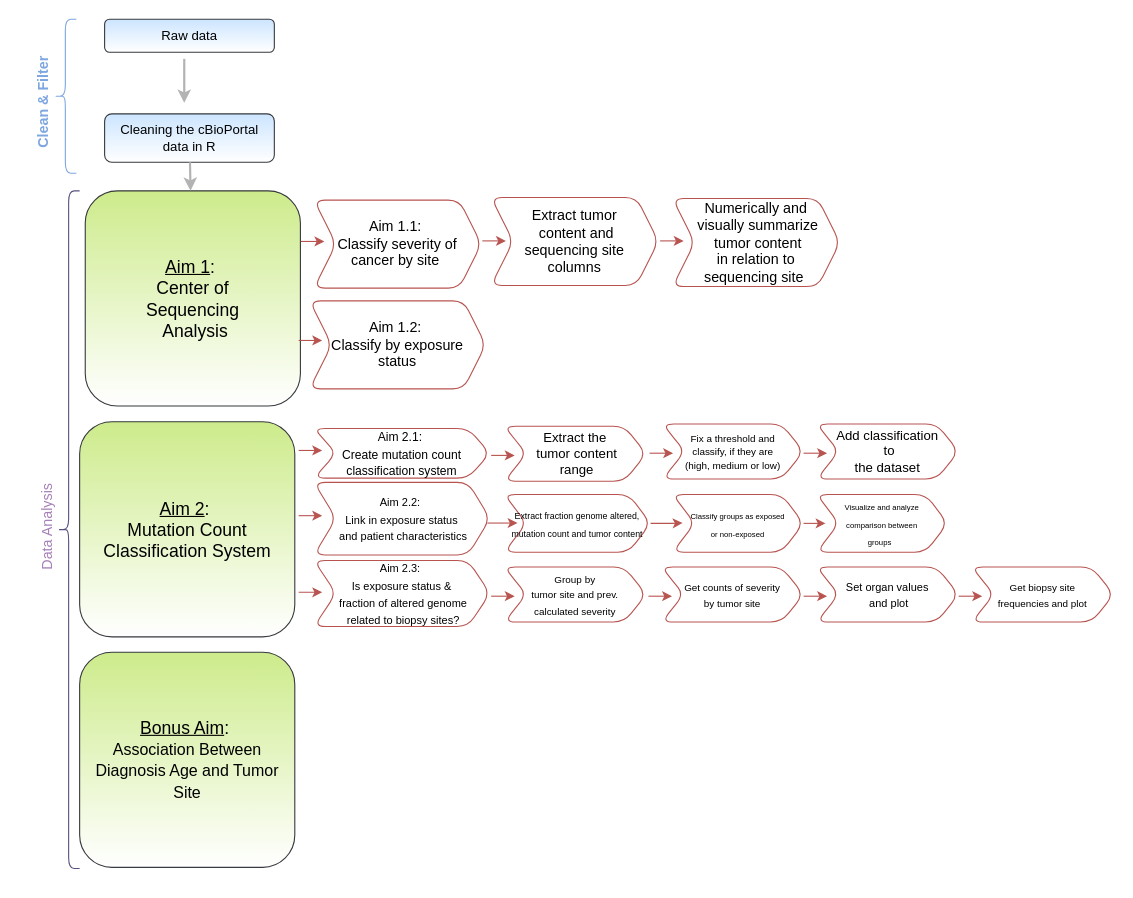
Before: Pipeline_Image.drawio in aiy-wish/Data-Wrangling-Project, a draw.io diagram. Source tidied: cells renumbered, new cells numbered last; positions are measured from the earlier drawing's top-left corner, leaving out a move shared by most shapes. Both pictures are drawn from the tidied source at 110%, with x=0, y=0 at pixel (-12, 19).
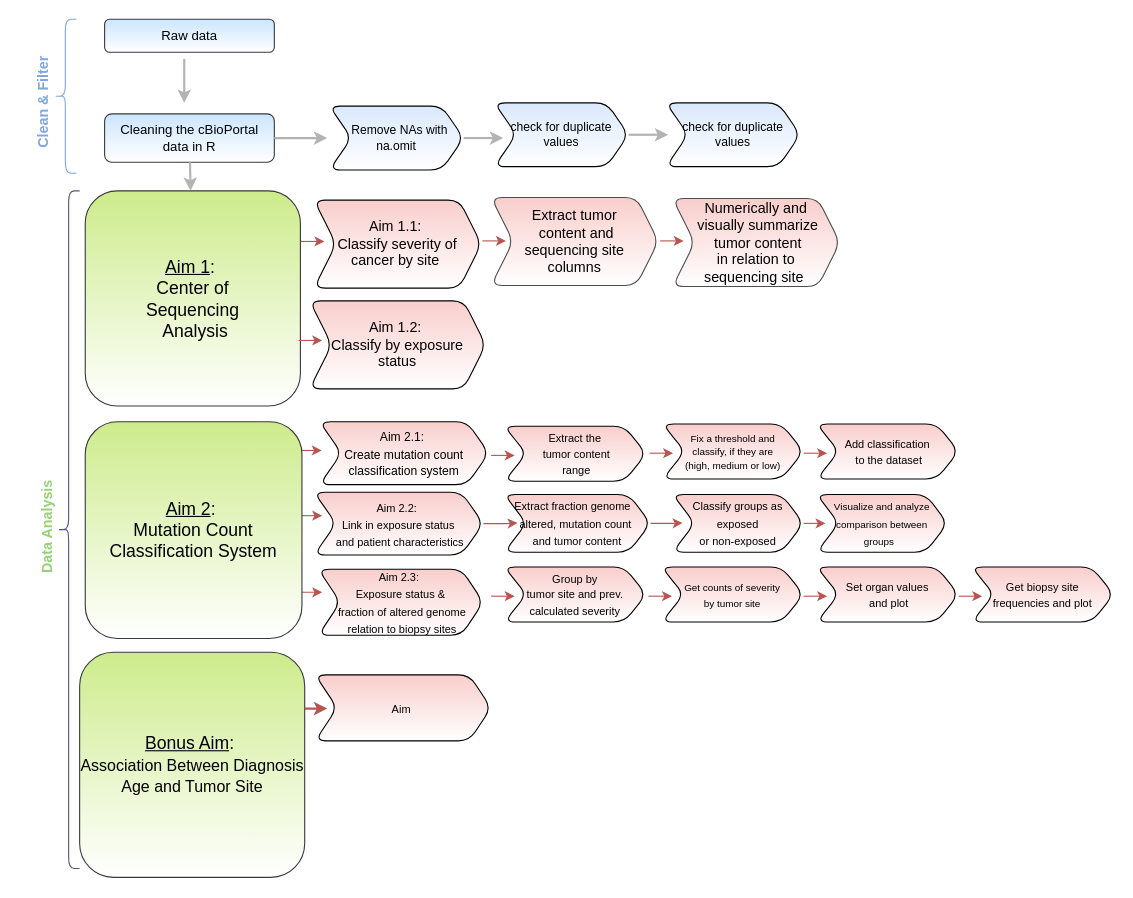
The same diagram, later.

Unchanged cells that the change refers to:
```xml
<mxCell id="20" value="Cleaning the cBioPortal data in R" style="rounded=1;whiteSpace=wrap;html=1;strokeColor=#36393d;fillColor=#cce5ff;gradientColor=#ffffff;" parent="7" vertex="1">
  <mxGeometry x="45.7" y="86" width="154.3" height="44" as="geometry" />
</mxCell>
```

Diff of the diagram source:
```diff
@@
-    <mxCell id="2" style="group;fontColor=#A680B8;" parent="1" vertex="1">
-      <mxGeometry x="28" width="602" height="730" as="geometry" />
+    <mxCell id="2" style="group;fontColor=#A680B8;strokeColor=none;" parent="1" vertex="1">
+      <mxGeometry x="28" width="602" height="780" as="geometry" />
     </mxCell>
     <mxCell id="3" style="group;" parent="2" vertex="1">
-      <mxGeometry x="41" width="560" height="730" as="geometry" />
+      <mxGeometry x="41" width="560" height="780" as="geometry" />
     </mxCell>
     <mxCell id="4" style="endArrow=classic;html=1;rounded=0;fontSize=16;fillColor=#f8cecc;strokeColor=#b85450;" parent="3" edge="1">
       <mxGeometry relative="1" as="geometry">
         <mxPoint x="213" y="392" as="sourcePoint" />
         <mxPoint x="234.4" y="392" as="targetPoint" />
+        <Array as="points">
+          <mxPoint x="234" y="392" />
+        </Array>
       </mxGeometry>
     </mxCell>
@@
     <mxCell id="7" style="group;" parent="3" vertex="1">
-      <mxGeometry x="-9.1" width="393.1" height="519.4" as="geometry" />
+      <mxGeometry x="-9.1" width="400" height="562.9" as="geometry" />
     </mxCell>
@@
     <mxCell id="11" value="&lt;font style=&quot;font-size: 16px&quot;&gt;&lt;u&gt;Aim 2&lt;/u&gt;:&amp;nbsp;&lt;br&gt;Mutation Count&lt;br&gt;&lt;span id=&quot;docs-internal-guid-d7643628-7fff-0ea7-7dd4-fb121b0baa99&quot;&gt;&lt;span style=&quot;font-family: &amp;#34;arial&amp;#34; ; background-color: transparent ; vertical-align: baseline&quot;&gt;Classification System&lt;/span&gt;&lt;/span&gt;&lt;br&gt;&lt;/font&gt;" style="whiteSpace=wrap;html=1;fontSize=12;fillColor=#cdeb8b;align=center;fontStyle=0;strokeColor=#36393d;rounded=1;gradientColor=#ffffff;" parent="7" vertex="1">
-      <mxGeometry x="23" y="365.9" width="195.6" height="195.6" as="geometry" />
+      <mxGeometry x="28.1" y="365.9" width="197" height="197" as="geometry" />
     </mxCell>
-    <mxCell id="12" value="&lt;span style=&quot;color: rgb(0 , 0 , 0)&quot;&gt;Aim 1.1:&amp;nbsp;&lt;/span&gt;&lt;br style=&quot;color: rgb(0 , 0 , 0)&quot;&gt;&lt;span id=&quot;docs-internal-guid-32b5493a-7fff-44e1-2a43-0ddc0aedb55e&quot; style=&quot;color: rgb(0 , 0 , 0)&quot;&gt;&lt;span style=&quot;font-family: &amp;#34;arial&amp;#34; ; background-color: transparent ; vertical-align: baseline&quot;&gt;Classify severity of cancer by site&amp;nbsp;&lt;/span&gt;&lt;/span&gt;" style="shape=step;perimeter=stepPerimeter;whiteSpace=wrap;html=1;fixedSize=1;rounded=1;fontSize=13;verticalAlign=middle;fillColor=#FFFFFF;strokeColor=#b85450;" parent="7" vertex="1">
+    <mxCell id="12" value="&lt;span style=&quot;color: rgb(0 , 0 , 0)&quot;&gt;Aim 1.1:&amp;nbsp;&lt;/span&gt;&lt;br style=&quot;color: rgb(0 , 0 , 0)&quot;&gt;&lt;span id=&quot;docs-internal-guid-32b5493a-7fff-44e1-2a43-0ddc0aedb55e&quot; style=&quot;color: rgb(0 , 0 , 0)&quot;&gt;&lt;span style=&quot;font-family: &amp;#34;arial&amp;#34; ; background-color: transparent ; vertical-align: baseline&quot;&gt;Classify severity of cancer by site&amp;nbsp;&lt;/span&gt;&lt;/span&gt;" style="shape=step;perimeter=stepPerimeter;whiteSpace=wrap;html=1;fixedSize=1;rounded=1;fontSize=13;verticalAlign=middle;fillColor=#f8cecc;strokeColor=default;gradientColor=#ffffff;" parent="7" vertex="1">
       <mxGeometry x="236.1" y="164.4" width="152" height="80" as="geometry" />
     </mxCell>
-    <mxCell id="13" value="&lt;span style=&quot;color: rgb(0 , 0 , 0)&quot;&gt;Aim 1.2:&amp;nbsp;&lt;/span&gt;&lt;br style=&quot;color: rgb(0 , 0 , 0)&quot;&gt;&lt;span id=&quot;docs-internal-guid-430a61ab-7fff-0e5c-0323-d102c36e70b5&quot; style=&quot;color: rgb(0 , 0 , 0)&quot;&gt;&lt;span style=&quot;font-family: &amp;#34;arial&amp;#34; ; background-color: transparent ; vertical-align: baseline&quot;&gt;Classify by exposure status&lt;/span&gt;&lt;/span&gt;" style="shape=step;perimeter=stepPerimeter;whiteSpace=wrap;html=1;fixedSize=1;rounded=1;fontSize=13;verticalAlign=middle;fillColor=#FFFFFF;strokeColor=#b85450;" parent="7" vertex="1">
+    <mxCell id="13" value="&lt;span style=&quot;color: rgb(0 , 0 , 0)&quot;&gt;Aim 1.2:&amp;nbsp;&lt;/span&gt;&lt;br style=&quot;color: rgb(0 , 0 , 0)&quot;&gt;&lt;span id=&quot;docs-internal-guid-430a61ab-7fff-0e5c-0323-d102c36e70b5&quot; style=&quot;color: rgb(0 , 0 , 0)&quot;&gt;&lt;span style=&quot;font-family: &amp;#34;arial&amp;#34; ; background-color: transparent ; vertical-align: baseline&quot;&gt;Classify by exposure status&lt;/span&gt;&lt;/span&gt;" style="shape=step;perimeter=stepPerimeter;whiteSpace=wrap;html=1;fixedSize=1;rounded=1;fontSize=13;verticalAlign=middle;fillColor=#f8cecc;strokeColor=default;gradientColor=#ffffff;" parent="7" vertex="1">
       <mxGeometry x="232.1" y="256" width="160" height="80" as="geometry" />
     </mxCell>
-    <mxCell id="14" value="&lt;span style=&quot;font-size: 11px&quot;&gt;Aim 2.1:&amp;nbsp;&lt;/span&gt;&lt;br style=&quot;font-size: 11px&quot;&gt;&lt;span id=&quot;docs-internal-guid-32b5493a-7fff-44e1-2a43-0ddc0aedb55e&quot; style=&quot;font-size: 11px&quot;&gt;&lt;span style=&quot;font-family: &amp;#34;arial&amp;#34; ; background-color: transparent ; vertical-align: baseline&quot;&gt;Create mutation count classification system&lt;/span&gt;&lt;/span&gt;" style="shape=step;perimeter=stepPerimeter;whiteSpace=wrap;html=1;fixedSize=1;rounded=1;fontSize=13;verticalAlign=middle;fillColor=default;strokeColor=#b85450;" parent="7" vertex="1">
-      <mxGeometry x="236.1" y="372" width="160" height="45.2" as="geometry" />
+    <mxCell id="14" value="&lt;span style=&quot;font-size: 11px&quot;&gt;Aim 2.1:&amp;nbsp;&lt;/span&gt;&lt;br style=&quot;font-size: 11px&quot;&gt;&lt;span id=&quot;docs-internal-guid-32b5493a-7fff-44e1-2a43-0ddc0aedb55e&quot; style=&quot;font-size: 11px&quot;&gt;&lt;span style=&quot;font-family: &amp;#34;arial&amp;#34; ; background-color: transparent ; vertical-align: baseline&quot;&gt;Create mutation count classification system&lt;/span&gt;&lt;/span&gt;" style="shape=step;perimeter=stepPerimeter;whiteSpace=wrap;html=1;fixedSize=1;rounded=1;fontSize=13;verticalAlign=middle;fillColor=#f8cecc;strokeColor=default;gradientColor=#ffffff;" parent="7" vertex="1">
+      <mxGeometry x="241.1" y="365.9" width="153.9" height="57.2" as="geometry" />
     </mxCell>
-    <mxCell id="15" value="&lt;span style=&quot;font-size: 10px&quot;&gt;Aim 2.2:&amp;nbsp;&lt;/span&gt;&lt;br style=&quot;font-size: 10px&quot;&gt;&lt;span id=&quot;docs-internal-guid-430a61ab-7fff-0e5c-0323-d102c36e70b5&quot; style=&quot;font-size: 10px&quot;&gt;&lt;span style=&quot;font-family: &amp;#34;arial&amp;#34; ; background-color: transparent ; vertical-align: baseline&quot;&gt;Link in exposure status&lt;br&gt;&amp;nbsp;and patient characteristics&lt;br&gt;&lt;/span&gt;&lt;/span&gt;" style="shape=step;perimeter=stepPerimeter;whiteSpace=wrap;html=1;fixedSize=1;rounded=1;fontSize=13;verticalAlign=middle;fillColor=#FFFFFF;strokeColor=#b85450;" parent="7" vertex="1">
-      <mxGeometry x="236.1" y="421" width="160" height="66" as="geometry" />
+    <mxCell id="15" value="&lt;span style=&quot;font-size: 10px&quot;&gt;Aim 2.2:&amp;nbsp;&lt;/span&gt;&lt;br style=&quot;font-size: 10px&quot;&gt;&lt;span id=&quot;docs-internal-guid-430a61ab-7fff-0e5c-0323-d102c36e70b5&quot; style=&quot;font-size: 10px&quot;&gt;&lt;span style=&quot;font-family: &amp;#34;arial&amp;#34; ; background-color: transparent ; vertical-align: baseline&quot;&gt;Link in exposure status&lt;br&gt;&amp;nbsp;and patient characteristics&lt;br&gt;&lt;/span&gt;&lt;/span&gt;" style="shape=step;perimeter=stepPerimeter;whiteSpace=wrap;html=1;fixedSize=1;rounded=1;fontSize=13;verticalAlign=middle;fillColor=#f8cecc;strokeColor=default;gradientColor=#ffffff;" parent="7" vertex="1">
+      <mxGeometry x="236.1" y="430" width="153.9" height="57" as="geometry" />
     </mxCell>
-    <mxCell id="16" value="&lt;span style=&quot;font-size: 10px&quot;&gt;Aim 2.3:&amp;nbsp;&lt;/span&gt;&lt;br style=&quot;font-size: 10px&quot;&gt;&lt;span id=&quot;docs-internal-guid-430a61ab-7fff-0e5c-0323-d102c36e70b5&quot; style=&quot;font-size: 10px&quot;&gt;&lt;span style=&quot;font-family: &amp;#34;arial&amp;#34; ; background-color: transparent ; vertical-align: baseline&quot;&gt;Is exposure status &amp;amp;&lt;br&gt;&amp;nbsp;fraction of altered genome&lt;br&gt;&amp;nbsp;related to biopsy sites?&lt;/span&gt;&lt;/span&gt;" style="shape=step;perimeter=stepPerimeter;whiteSpace=wrap;html=1;fixedSize=1;rounded=1;fontSize=13;verticalAlign=middle;fillColor=#FFFFFF;strokeColor=#b85450;" parent="7" vertex="1">
-      <mxGeometry x="236.1" y="492" width="160" height="60" as="geometry" />
+    <mxCell id="16" value="&lt;span style=&quot;font-size: 10px&quot;&gt;Aim 2.3:&amp;nbsp;&lt;/span&gt;&lt;br style=&quot;font-size: 10px&quot;&gt;&lt;span id=&quot;docs-internal-guid-430a61ab-7fff-0e5c-0323-d102c36e70b5&quot; style=&quot;font-size: 10px&quot;&gt;&lt;span style=&quot;font-family: &amp;#34;arial&amp;#34; ; background-color: transparent ; vertical-align: baseline&quot;&gt;Exposure status &amp;amp;&lt;br&gt;&amp;nbsp;fraction of altered genome&lt;br&gt;&amp;nbsp;relation to biopsy sites&lt;/span&gt;&lt;/span&gt;" style="shape=step;perimeter=stepPerimeter;whiteSpace=wrap;html=1;fixedSize=1;rounded=1;fontSize=13;verticalAlign=middle;fillColor=#f8cecc;strokeColor=default;gradientColor=#ffffff;" parent="7" vertex="1">
+      <mxGeometry x="240" y="500" width="150" height="60" as="geometry" />
     </mxCell>
@@
+    <mxCell id="50" value="&lt;span style=&quot;font-size: 11px&quot;&gt;&amp;nbsp; Remove NAs with&lt;/span&gt;&lt;br style=&quot;font-size: 11px&quot;&gt;&lt;span style=&quot;font-size: 11px&quot;&gt;na.omit&lt;/span&gt;" style="shape=step;perimeter=stepPerimeter;whiteSpace=wrap;html=1;fixedSize=1;fontSize=10;strokeColor=default;fillColor=#dae8fc;align=center;rounded=1;gradientColor=#ffffff;" parent="7" vertex="1">
+      <mxGeometry x="250.1" y="79" width="122" height="58" as="geometry" />
+    </mxCell>
@@
     <mxCell id="23" value="&lt;font style=&quot;font-size: 16px&quot;&gt;&lt;u&gt;Bonus Aim&lt;/u&gt;:&amp;nbsp;&lt;br&gt;&lt;span id=&quot;docs-internal-guid-02cd7383-7fff-e907-d800-ce4748073192&quot;&gt;&lt;span style=&quot;font-size: 10.9091pt ; font-family: &amp;#34;arial&amp;#34; ; background-color: transparent ; vertical-align: baseline&quot;&gt;Association Between Diagnosis Age and Tumor Site&lt;/span&gt;&lt;/span&gt;&lt;br&gt;&lt;/font&gt;" style="whiteSpace=wrap;html=1;fontSize=12;fillColor=#cdeb8b;align=center;fontStyle=0;strokeColor=#36393d;rounded=1;gradientColor=#ffffff;" parent="3" vertex="1">
-      <mxGeometry x="13.9" y="575.4" width="195.6" height="195.6" as="geometry" />
+      <mxGeometry x="13.9" y="575.5" width="204.6" height="204.6" as="geometry" />
     </mxCell>
-    <mxCell id="24" value="Extract tumor&lt;br&gt;&amp;nbsp;content and &lt;br&gt;sequencing site &lt;br&gt;columns" style="shape=step;perimeter=stepPerimeter;whiteSpace=wrap;html=1;fixedSize=1;rounded=1;fontSize=13;verticalAlign=middle;fillColor=#FFFFFF;strokeColor=#b85450;" parent="3" vertex="1">
+    <mxCell id="24" value="Extract tumor&lt;br&gt;&amp;nbsp;content and &lt;br&gt;sequencing site &lt;br&gt;columns" style="shape=step;perimeter=stepPerimeter;whiteSpace=wrap;html=1;fixedSize=1;rounded=1;fontSize=13;verticalAlign=middle;fillColor=#f8cecc;strokeColor=#4D4D4D;gradientColor=#ffffff;" parent="3" vertex="1">
       <mxGeometry x="388" y="162" width="152" height="80" as="geometry" />
     </mxCell>
@@
-    <mxCell id="26" value="Extract the&lt;br&gt;&amp;nbsp;tumor content&lt;br&gt;&amp;nbsp;range" style="shape=step;perimeter=stepPerimeter;whiteSpace=wrap;html=1;fixedSize=1;rounded=1;fillColor=#FFFFFF;strokeColor=#b85450;" parent="3" vertex="1">
+    <mxCell id="26" value="&lt;font style=&quot;font-size: 10px&quot;&gt;Extract the&lt;br&gt;&amp;nbsp;tumor content&lt;br&gt;&amp;nbsp;range&lt;/font&gt;" style="shape=step;perimeter=stepPerimeter;whiteSpace=wrap;html=1;fixedSize=1;rounded=1;fillColor=#f8cecc;strokeColor=default;gradientColor=#ffffff;" parent="3" vertex="1">
       <mxGeometry x="400" y="370" width="129" height="50" as="geometry" />
     </mxCell>
@@
-    <mxCell id="28" value="&lt;font style=&quot;font-size: 9px&quot;&gt;Group by&lt;br&gt;tumor site and prev.&lt;br&gt;&amp;nbsp;calculated severity&amp;nbsp;&lt;/font&gt;" style="shape=step;perimeter=stepPerimeter;whiteSpace=wrap;html=1;fixedSize=1;rounded=1;fillColor=#FFFFFF;strokeColor=#b85450;" parent="3" vertex="1">
+    <mxCell id="28" value="&lt;font style=&quot;font-size: 10px&quot;&gt;Group by&lt;br&gt;tumor site and prev.&lt;br&gt;&amp;nbsp;calculated severity&amp;nbsp;&lt;/font&gt;" style="shape=step;perimeter=stepPerimeter;whiteSpace=wrap;html=1;fixedSize=1;rounded=1;fillColor=#f8cecc;strokeColor=default;gradientColor=#ffffff;" parent="3" vertex="1">
       <mxGeometry x="400" y="498" width="129" height="50" as="geometry" />
     </mxCell>
@@
-    <mxCell id="31" value="&lt;font style=&quot;font-size: 8px&quot;&gt;Extract fraction genome altered, mutation count and tumor content&lt;/font&gt;" style="shape=step;perimeter=stepPerimeter;whiteSpace=wrap;html=1;fixedSize=1;rounded=1;fontSize=13;verticalAlign=middle;fillColor=#FFFFFF;strokeColor=#b85450;" parent="3" vertex="1">
+    <mxCell id="31" value="&lt;font style=&quot;font-size: 10px&quot;&gt;Extract fraction genome&amp;nbsp; &amp;nbsp; altered, mutation count&amp;nbsp; &lt;br&gt;and tumor content&lt;/font&gt;" style="shape=step;perimeter=stepPerimeter;whiteSpace=wrap;html=1;fixedSize=1;rounded=1;fontSize=13;verticalAlign=middle;fillColor=#f8cecc;strokeColor=default;gradientColor=#ffffff;" parent="3" vertex="1">
       <mxGeometry x="400" y="432" width="133" height="52.5" as="geometry" />
     </mxCell>
@@
+    <mxCell id="51" value="&lt;span style=&quot;font-size: 10px&quot;&gt;Aim&amp;nbsp;&lt;/span&gt;" style="shape=step;perimeter=stepPerimeter;whiteSpace=wrap;html=1;fixedSize=1;rounded=1;fontSize=13;verticalAlign=middle;fillColor=#f8cecc;strokeColor=default;gradientColor=#ffffff;" parent="3" vertex="1">
+      <mxGeometry x="228" y="596" width="160" height="60" as="geometry" />
+    </mxCell>
+    <mxCell id="52" value="&lt;span style=&quot;font-size: 11px&quot;&gt;check for duplicate&lt;br&gt;values&lt;br&gt;&lt;/span&gt;" style="shape=step;perimeter=stepPerimeter;whiteSpace=wrap;html=1;fixedSize=1;fontSize=10;strokeColor=default;fillColor=#dae8fc;align=center;rounded=1;gradientColor=#ffffff;" parent="3" vertex="1">
+      <mxGeometry x="390.9" y="76" width="122" height="58" as="geometry" />
+    </mxCell>
@@
-    <mxCell id="34" value="Data Analysis" style="text;html=1;align=center;verticalAlign=middle;strokeColor=none;fillColor=#FFFFFF;fontSize=13;rotation=-90;fontColor=#A680B8;" parent="2" vertex="1">
-      <mxGeometry x="-20" y="452" width="90" height="20" as="geometry" />
+    <mxCell id="34" value="Data Analysis" style="text;html=1;align=center;verticalAlign=middle;strokeColor=none;fillColor=#FFFFFF;fontSize=13;rotation=-90;fontColor=#97D077;fontStyle=1;" parent="2" vertex="1">
+      <mxGeometry x="-25" y="452" width="100" height="20" as="geometry" />
     </mxCell>
-    <mxCell id="35" value="Numerically and&lt;br&gt;&amp;nbsp;visually summarize&lt;br&gt;&amp;nbsp;tumor content &lt;br&gt;in relation to &lt;br&gt;sequencing site&amp;nbsp;" style="shape=step;perimeter=stepPerimeter;whiteSpace=wrap;html=1;fixedSize=1;rounded=1;fontSize=13;verticalAlign=middle;fillColor=#FFFFFF;strokeColor=#b85450;" parent="1" vertex="1">
+    <mxCell id="35" value="Numerically and&lt;br&gt;&amp;nbsp;visually summarize&lt;br&gt;&amp;nbsp;tumor content &lt;br&gt;in relation to &lt;br&gt;sequencing site&amp;nbsp;" style="shape=step;perimeter=stepPerimeter;whiteSpace=wrap;html=1;fixedSize=1;rounded=1;fontSize=13;verticalAlign=middle;fillColor=#f8cecc;strokeColor=#4D4D4D;gradientColor=#ffffff;" parent="1" vertex="1">
       <mxGeometry x="622" y="163" width="152" height="80" as="geometry" />
     </mxCell>
-    <mxCell id="36" value="&lt;font style=&quot;font-size: 9px&quot;&gt;Fix a threshold and&lt;br&gt;classify,&amp;nbsp;if they are &lt;br&gt;(high, medium or low)&lt;/font&gt;" style="shape=step;perimeter=stepPerimeter;whiteSpace=wrap;html=1;fixedSize=1;rounded=1;fillColor=#FFFFFF;strokeColor=#b85450;fontSize=10;" parent="1" vertex="1">
+    <mxCell id="36" value="&lt;font style=&quot;font-size: 9px&quot;&gt;Fix a threshold and&lt;br&gt;classify,&amp;nbsp;if they are &lt;br&gt;(high, medium or low)&lt;/font&gt;" style="shape=step;perimeter=stepPerimeter;whiteSpace=wrap;html=1;fixedSize=1;rounded=1;fillColor=#f8cecc;strokeColor=default;fontSize=10;gradientColor=#ffffff;" parent="1" vertex="1">
       <mxGeometry x="613" y="368" width="128" height="50" as="geometry" />
     </mxCell>
@@
-    <mxCell id="38" value="Add classification&lt;br&gt;&amp;nbsp;to &lt;br&gt;the dataset" style="shape=step;perimeter=stepPerimeter;whiteSpace=wrap;html=1;fixedSize=1;rounded=1;fillColor=#FFFFFF;strokeColor=#b85450;" parent="1" vertex="1">
+    <mxCell id="38" value="&lt;font style=&quot;font-size: 10px&quot;&gt;Add classification&lt;br&gt;&amp;nbsp;to the dataset&lt;/font&gt;" style="shape=step;perimeter=stepPerimeter;whiteSpace=wrap;html=1;fixedSize=1;rounded=1;fillColor=#f8cecc;strokeColor=default;gradientColor=#ffffff;" parent="1" vertex="1">
       <mxGeometry x="753" y="368" width="129" height="50" as="geometry" />
     </mxCell>
@@
-    <mxCell id="40" value="&lt;span style=&quot;font-size: 9px&quot;&gt;Get counts of severity &lt;br&gt;by tumor site&lt;/span&gt;" style="shape=step;perimeter=stepPerimeter;whiteSpace=wrap;html=1;fixedSize=1;rounded=1;fillColor=#FFFFFF;strokeColor=#b85450;" parent="1" vertex="1">
+    <mxCell id="40" value="&lt;span style=&quot;font-size: 9px&quot;&gt;Get counts of severity &lt;br&gt;by tumor site&lt;/span&gt;" style="shape=step;perimeter=stepPerimeter;whiteSpace=wrap;html=1;fixedSize=1;rounded=1;fillColor=#f8cecc;strokeColor=default;gradientColor=#ffffff;" parent="1" vertex="1">
       <mxGeometry x="612" y="498" width="129" height="50" as="geometry" />
     </mxCell>
@@
-    <mxCell id="42" value="&lt;font size=&quot;1&quot;&gt;Set organ values&lt;br&gt;&amp;nbsp;and plot&lt;/font&gt;" style="shape=step;perimeter=stepPerimeter;whiteSpace=wrap;html=1;fixedSize=1;rounded=1;fillColor=#FFFFFF;strokeColor=#b85450;" parent="1" vertex="1">
+    <mxCell id="42" value="&lt;font size=&quot;1&quot;&gt;Set organ values&lt;br&gt;&amp;nbsp;and plot&lt;/font&gt;" style="shape=step;perimeter=stepPerimeter;whiteSpace=wrap;html=1;fixedSize=1;rounded=1;fillColor=#f8cecc;strokeColor=default;gradientColor=#ffffff;" parent="1" vertex="1">
       <mxGeometry x="753" y="498" width="129" height="50" as="geometry" />
     </mxCell>
@@
-    <mxCell id="44" value="&lt;span style=&quot;font-size: 9px&quot;&gt;Get biopsy site &lt;br&gt;frequencies and plot&lt;/span&gt;" style="shape=step;perimeter=stepPerimeter;whiteSpace=wrap;html=1;fixedSize=1;rounded=1;fillColor=#FFFFFF;strokeColor=#b85450;" parent="1" vertex="1">
+    <mxCell id="44" value="&lt;font style=&quot;font-size: 10px&quot;&gt;Get biopsy site &lt;br&gt;frequencies and plot&lt;/font&gt;" style="shape=step;perimeter=stepPerimeter;whiteSpace=wrap;html=1;fixedSize=1;rounded=1;fillColor=#f8cecc;strokeColor=default;gradientColor=#ffffff;" parent="1" vertex="1">
       <mxGeometry x="894" y="498" width="129" height="50" as="geometry" />
     </mxCell>
@@
-    <mxCell id="47" value="&lt;font style=&quot;font-size: 7px&quot;&gt;Classify groups as exposed &lt;br&gt;or non-exposed&lt;/font&gt;" style="shape=step;perimeter=stepPerimeter;whiteSpace=wrap;html=1;fixedSize=1;rounded=1;fontSize=13;verticalAlign=middle;fillColor=#FFFFFF;strokeColor=#b85450;" parent="1" vertex="1">
+    <mxCell id="47" value="&lt;font style=&quot;font-size: 10px&quot;&gt;Classify groups as exposed &lt;br&gt;or non-exposed&lt;/font&gt;" style="shape=step;perimeter=stepPerimeter;whiteSpace=wrap;html=1;fixedSize=1;rounded=1;fontSize=13;verticalAlign=middle;fillColor=#f8cecc;strokeColor=default;gradientColor=#ffffff;" parent="1" vertex="1">
       <mxGeometry x="622" y="432" width="119" height="52.5" as="geometry" />
     </mxCell>
@@
-    <mxCell id="49" value="&lt;span style=&quot;font-size: 7px&quot;&gt;Visualize and analyze &lt;br&gt;comparison between &lt;br&gt;groups&amp;nbsp;&amp;nbsp;&lt;/span&gt;" style="shape=step;perimeter=stepPerimeter;whiteSpace=wrap;html=1;fixedSize=1;rounded=1;fontSize=13;verticalAlign=middle;fillColor=#FFFFFF;strokeColor=#b85450;" parent="1" vertex="1">
+    <mxCell id="49" value="&lt;font style=&quot;font-size: 9px&quot;&gt;Visualize and analyze &lt;br&gt;comparison between &lt;br&gt;groups&amp;nbsp;&amp;nbsp;&lt;/font&gt;" style="shape=step;perimeter=stepPerimeter;whiteSpace=wrap;html=1;fixedSize=1;rounded=1;fontSize=13;verticalAlign=middle;fillColor=#f8cecc;strokeColor=default;gradientColor=#ffffff;" parent="1" vertex="1">
       <mxGeometry x="753" y="432" width="119" height="52.5" as="geometry" />
     </mxCell>
+    <mxCell id="53" style="edgeStyle=orthogonalEdgeStyle;rounded=0;jettySize=auto;html=1;exitX=1;exitY=0.5;exitDx=0;exitDy=0;fontColor=#7EA6E0;strokeColor=#B3B3B3;strokeWidth=2;" parent="1" edge="1" source="20">
+      <mxGeometry relative="1" as="geometry">
+        <mxPoint x="308" y="108" as="targetPoint" />
+      </mxGeometry>
+    </mxCell>
+    <mxCell id="54" style="edgeStyle=orthogonalEdgeStyle;rounded=0;jettySize=auto;html=1;exitX=1;exitY=0.25;exitDx=0;exitDy=0;fontSize=10;fontColor=#97D077;strokeColor=#b85450;strokeWidth=2;fillColor=#f8cecc;" parent="1" edge="1" source="23">
+      <mxGeometry relative="1" as="geometry">
+        <mxPoint x="308" y="627" as="targetPoint" />
+      </mxGeometry>
+    </mxCell>
+    <mxCell id="55" style="edgeStyle=orthogonalEdgeStyle;rounded=0;jettySize=auto;html=1;exitX=1;exitY=0.5;exitDx=0;exitDy=0;fontSize=11;fontColor=#97D077;strokeColor=#B3B3B3;strokeWidth=2;fillColor=#f5f5f5;" parent="1" edge="1" source="50">
+      <mxGeometry relative="1" as="geometry">
+        <mxPoint x="468" y="108" as="targetPoint" />
+      </mxGeometry>
+    </mxCell>
+    <mxCell id="56" style="edgeStyle=orthogonalEdgeStyle;rounded=0;jettySize=auto;html=1;exitX=1;exitY=0.5;exitDx=0;exitDy=0;fontSize=11;fontColor=#97D077;strokeColor=#B3B3B3;strokeWidth=2;" parent="1" edge="1" source="52">
+      <mxGeometry relative="1" as="geometry">
+        <mxPoint x="618" y="105" as="targetPoint" />
+      </mxGeometry>
+    </mxCell>
+    <mxCell id="57" value="&lt;span style=&quot;font-size: 11px&quot;&gt;check for duplicate&lt;br&gt;values&lt;br&gt;&lt;/span&gt;" style="shape=step;perimeter=stepPerimeter;whiteSpace=wrap;html=1;fixedSize=1;fontSize=10;strokeColor=default;fillColor=#dae8fc;align=center;rounded=1;gradientColor=#ffffff;" parent="1" vertex="1">
+      <mxGeometry x="616" y="76" width="122" height="58" as="geometry" />
+    </mxCell>
```
